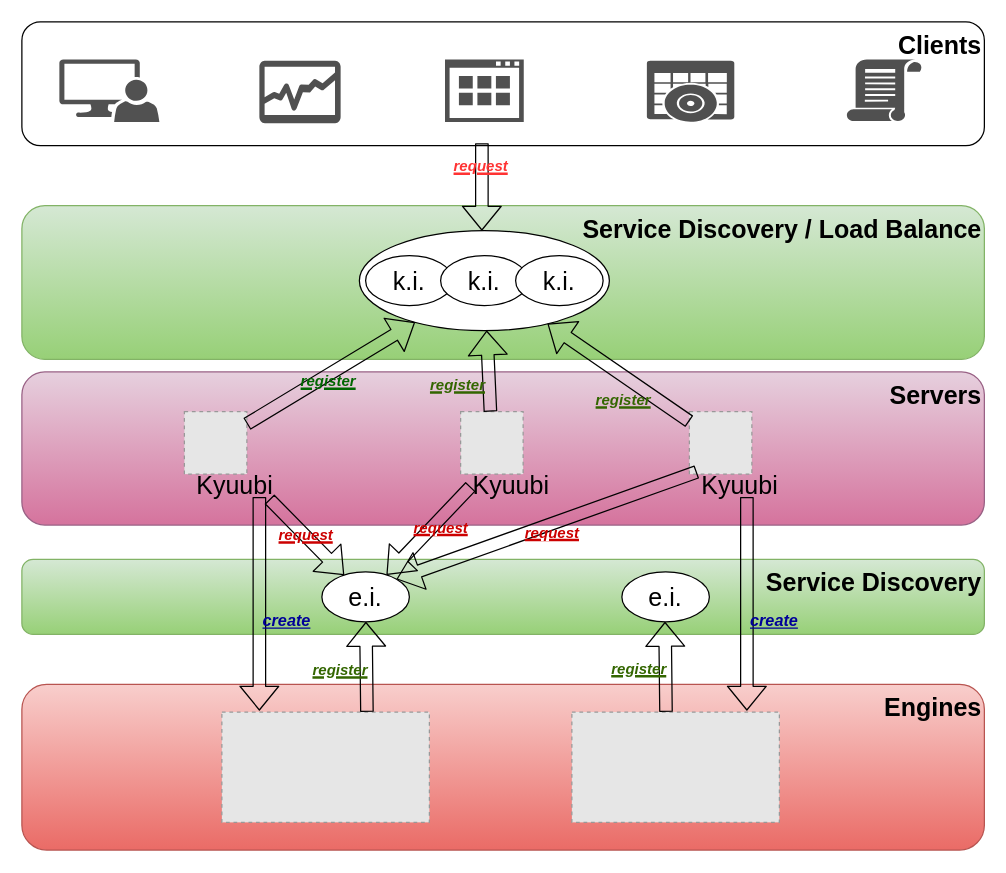
Earlier version of the draw.io diagram docs/imgs/ha.drawio (apache/kyuubi). Source tidied: cells renumbered, new cells numbered last; positions are measured from the earlier drawing's top-left corner, leaving out a move shared by most shapes. Both pictures are drawn from the tidied source at 125%, with x=0, y=0 at pixel (21, 21). Pictures stored in the file or linked from it are replaced by grey dashed boxes.
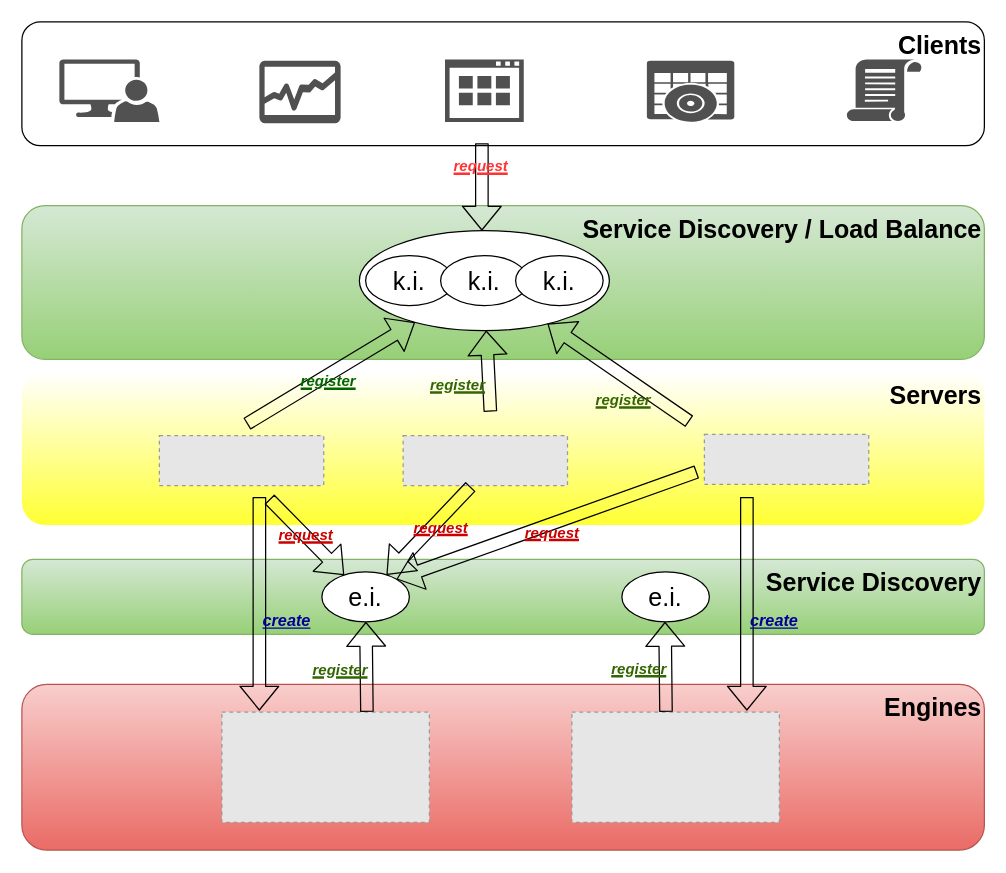
The same page after the edit.

Commit message (it also covers changes not shown here):
Update new logo to architect pics

Unchanged cells that the change refers to:
```xml
<mxCell id="14" style="group;" parent="1" vertex="1">
  <mxGeometry y="280" width="770" height="122.5" as="geometry" />
</mxCell>
<mxCell id="29" value="e.i." style="ellipse;whiteSpace=wrap;html=1;labelBackgroundColor=none;fontSize=20;align=center;" parent="1" vertex="1">
  <mxGeometry x="240" y="440" width="70" height="40" as="geometry" />
</mxCell>
<mxCell id="34" style="ellipse;whiteSpace=wrap;html=1;labelBackgroundColor=none;fontSize=20;align=right;" parent="33" vertex="1">
  <mxGeometry width="200" height="80" as="geometry" />
</mxCell>
```

Diff of the diagram source:
```diff
@@
-    <mxCell id="15" value="&lt;b&gt;Servers&lt;/b&gt;" style="rounded=1;whiteSpace=wrap;html=1;labelBackgroundColor=none;fontSize=20;horizontal=1;verticalAlign=top;align=right;fillColor=#e6d0de;strokeColor=#996185;gradientColor=#d5739d;" parent="14" vertex="1">
+    <mxCell id="15" value="&lt;b&gt;Servers&lt;/b&gt;" style="rounded=1;whiteSpace=wrap;html=1;labelBackgroundColor=none;fontSize=20;horizontal=1;verticalAlign=top;align=right;strokeColor=none;gradientColor=#ffffff;gradientDirection=north;fillColor=#FFFF33;" parent="14" vertex="1">
       <mxGeometry width="770" height="122.5" as="geometry" />
     </mxCell>
-    <mxCell id="16" style="group;" parent="14" vertex="1">
-      <mxGeometry x="130" y="31.8" width="68" height="80" as="geometry" />
-    </mxCell>
-    <mxCell id="17" style="fillColor=#E6E6E6;strokeColor=#999999;dashed=1;verticalLabelPosition=bottom;verticalAlign=top;labelBackgroundColor=none;fontSize=20;align=right;" parent="16" vertex="1">
-      <mxGeometry width="50" height="50" as="geometry" />
-    </mxCell>
-    <mxCell id="18" value="&lt;span style=&quot;color: rgb(0 , 0 , 0) ; font-family: &amp;#34;helvetica&amp;#34; ; font-size: 20px ; font-style: normal ; font-weight: 400 ; letter-spacing: normal ; text-align: right ; text-indent: 0px ; text-transform: none ; word-spacing: 0px ; display: inline ; float: none&quot;&gt;Kyuubi&lt;/span&gt;" style="text;whiteSpace=wrap;html=1;fontSize=20;" parent="16" vertex="1">
-      <mxGeometry x="8" y="40" width="60" height="40" as="geometry" />
-    </mxCell>
-    <mxCell id="19" style="group;" parent="14" vertex="1">
-      <mxGeometry x="534" y="31.8" width="68" height="80" as="geometry" />
-    </mxCell>
-    <mxCell id="20" style="fillColor=#E6E6E6;strokeColor=#999999;dashed=1;verticalLabelPosition=bottom;verticalAlign=top;labelBackgroundColor=none;fontSize=20;align=right;" parent="19" vertex="1">
-      <mxGeometry width="50" height="50" as="geometry" />
-    </mxCell>
-    <mxCell id="21" value="&lt;span style=&quot;color: rgb(0 , 0 , 0) ; font-family: &amp;#34;helvetica&amp;#34; ; font-size: 20px ; font-style: normal ; font-weight: 400 ; letter-spacing: normal ; text-align: right ; text-indent: 0px ; text-transform: none ; word-spacing: 0px ; display: inline ; float: none&quot;&gt;Kyuubi&lt;/span&gt;" style="text;whiteSpace=wrap;html=1;fontSize=20;" parent="19" vertex="1">
-      <mxGeometry x="8" y="40" width="60" height="40" as="geometry" />
-    </mxCell>
@@
-    <mxCell id="26" style="group;" parent="14" vertex="1">
-      <mxGeometry x="351" y="31.8" width="68" height="80" as="geometry" />
-    </mxCell>
-    <mxCell id="27" style="fillColor=#E6E6E6;strokeColor=#999999;dashed=1;verticalLabelPosition=bottom;verticalAlign=top;labelBackgroundColor=none;fontSize=20;align=right;" parent="26" vertex="1">
-      <mxGeometry width="50" height="50" as="geometry" />
-    </mxCell>
-    <mxCell id="28" value="&lt;span style=&quot;color: rgb(0 , 0 , 0) ; font-family: &amp;#34;helvetica&amp;#34; ; font-size: 20px ; font-style: normal ; font-weight: 400 ; letter-spacing: normal ; text-align: right ; text-indent: 0px ; text-transform: none ; word-spacing: 0px ; display: inline ; float: none&quot;&gt;Kyuubi&lt;/span&gt;" style="text;whiteSpace=wrap;html=1;fontSize=20;" parent="26" vertex="1">
-      <mxGeometry x="8" y="40" width="60" height="40" as="geometry" />
-    </mxCell>
+    <mxCell id="55" style="fillColor=#E6E6E6;strokeColor=#999999;dashed=1;verticalLabelPosition=bottom;verticalAlign=top;" parent="14" vertex="1">
+      <mxGeometry x="110" y="51" width="131.5" height="40" as="geometry" />
+    </mxCell>
+    <mxCell id="56" style="fillColor=#E6E6E6;strokeColor=#999999;dashed=1;verticalLabelPosition=bottom;verticalAlign=top;" parent="14" vertex="1">
+      <mxGeometry x="305" y="51" width="131.5" height="40" as="geometry" />
+    </mxCell>
+    <mxCell id="57" style="fillColor=#E6E6E6;strokeColor=#999999;dashed=1;verticalLabelPosition=bottom;verticalAlign=top;" parent="14" vertex="1">
+      <mxGeometry x="546" y="50" width="131.5" height="40" as="geometry" />
+    </mxCell>
@@
-    <mxCell id="31" style="shape=flexArrow;endArrow=classic;html=1;fontSize=20;exitX=0;exitY=0.5;exitDx=0;exitDy=0;" parent="1" edge="1" source="28" target="29">
-      <mxGeometry relative="1" as="geometry" />
+    <mxCell id="31" style="shape=flexArrow;endArrow=classic;html=1;fontSize=20;exitX=0;exitY=0.5;exitDx=0;exitDy=0;" parent="1" edge="1" target="29">
+      <mxGeometry relative="1" as="geometry">
+        <mxPoint x="359" y="371.8" as="sourcePoint" />
+      </mxGeometry>
     </mxCell>
@@
-    <mxCell id="43" style="shape=flexArrow;endArrow=classic;html=1;fontSize=20;" parent="1" edge="1" source="17" target="34">
-      <mxGeometry relative="1" as="geometry" />
+    <mxCell id="43" style="shape=flexArrow;endArrow=classic;html=1;fontSize=20;" parent="1" edge="1" target="34">
+      <mxGeometry relative="1" as="geometry">
+        <mxPoint x="180" y="321.6" as="sourcePoint" />
+      </mxGeometry>
     </mxCell>
@@
-    <mxCell id="45" style="shape=flexArrow;endArrow=classic;html=1;fontSize=20;" parent="1" edge="1" source="27" target="34">
-      <mxGeometry relative="1" as="geometry" />
+    <mxCell id="45" style="shape=flexArrow;endArrow=classic;html=1;fontSize=20;" parent="1" edge="1" target="34">
+      <mxGeometry relative="1" as="geometry">
+        <mxPoint x="374.8" y="311.8" as="sourcePoint" />
+      </mxGeometry>
     </mxCell>
@@
-    <mxCell id="47" style="shape=flexArrow;endArrow=classic;html=1;fontSize=20;" parent="1" edge="1" source="20" target="34">
-      <mxGeometry relative="1" as="geometry" />
+    <mxCell id="47" style="shape=flexArrow;endArrow=classic;html=1;fontSize=20;" parent="1" edge="1" target="34">
+      <mxGeometry relative="1" as="geometry">
+        <mxPoint x="534" y="319.6" as="sourcePoint" />
+      </mxGeometry>
     </mxCell>
```
